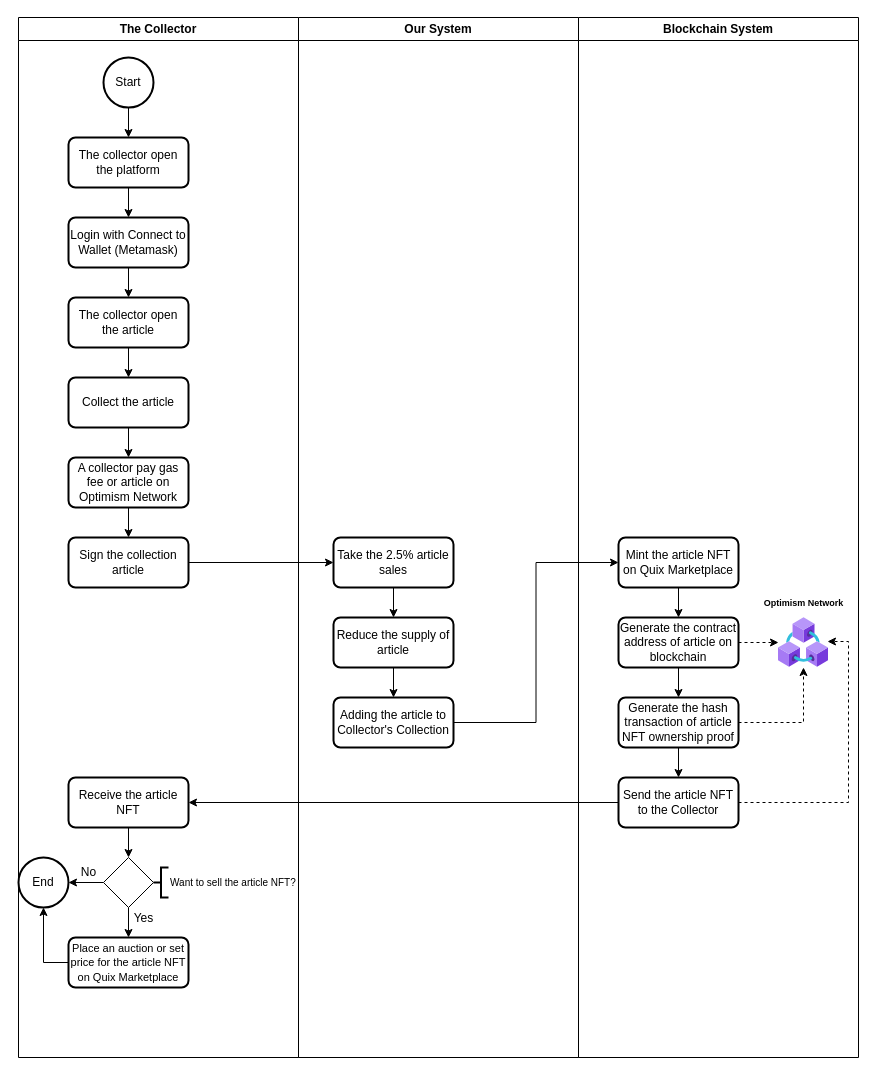
Before: Our Platform Collector Workflow.drawio in hanggaa/Diagram, a draw.io diagram. Source tidied: cells renumbered, new cells numbered last; positions are measured from the earlier drawing's top-left corner, leaving out a move shared by most shapes. Both pictures are drawn from the tidied source at 100%, with x=0, y=0 at pixel (18, 17).
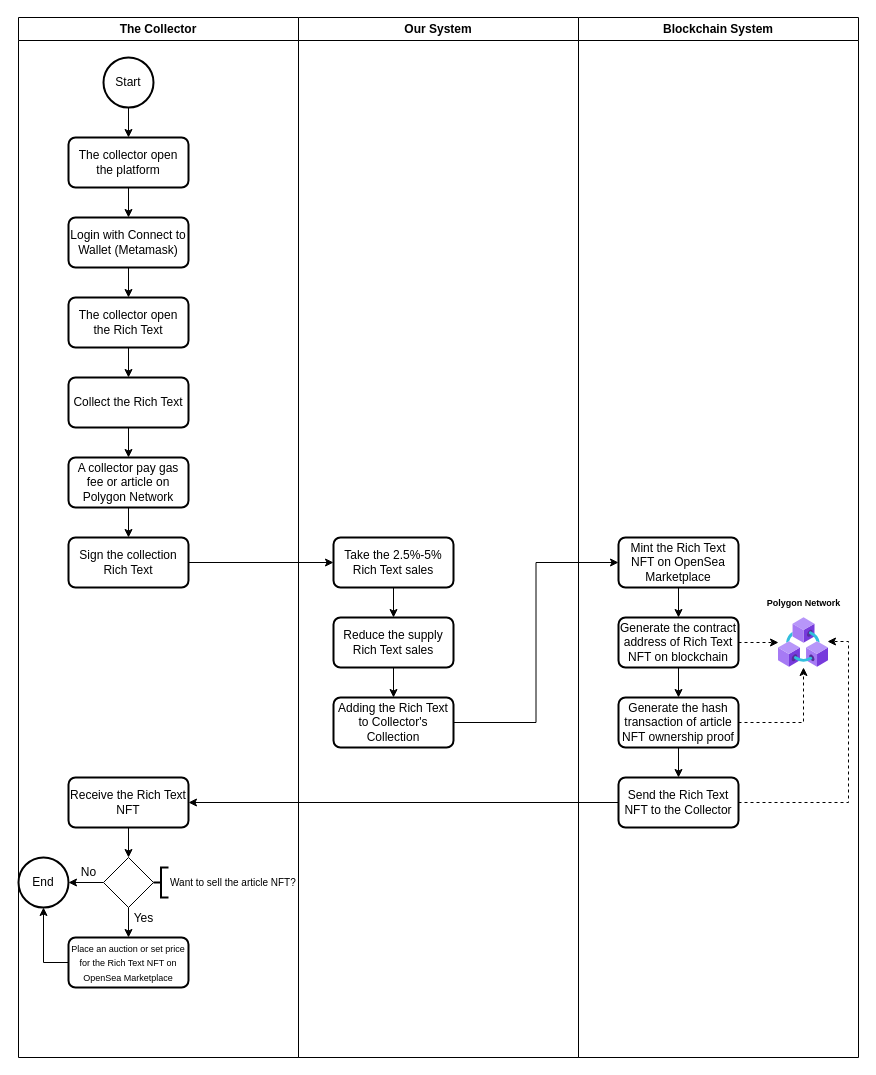
After the change.

The change refers to these unchanged cells:
```xml
<mxCell id="2" value="The Collector" style="swimlane;whiteSpace=wrap;html=1;" parent="1" vertex="1">
  <mxGeometry width="280" height="1040" as="geometry" />
</mxCell>
<mxCell id="27" value="Our System" style="swimlane;whiteSpace=wrap;html=1;" parent="1" vertex="1">
  <mxGeometry x="280" width="280" height="1040" as="geometry" />
</mxCell>
<mxCell id="33" value="Blockchain System" style="swimlane;whiteSpace=wrap;html=1;" parent="1" vertex="1">
  <mxGeometry x="560" width="280" height="1040" as="geometry" />
</mxCell>
```

What changed in the source:
```diff
@@
-    <mxCell id="10" value="The collector open the article" style="rounded=1;whiteSpace=wrap;html=1;absoluteArcSize=1;arcSize=14;strokeWidth=2;" parent="2" vertex="1">
+    <mxCell id="10" value="The collector open the Rich Text" style="rounded=1;whiteSpace=wrap;html=1;absoluteArcSize=1;arcSize=14;strokeWidth=2;" parent="2" vertex="1">
       <mxGeometry x="50" y="280" width="120" height="50" as="geometry" />
     </mxCell>
@@
-    <mxCell id="12" value="Collect the article" style="rounded=1;whiteSpace=wrap;html=1;absoluteArcSize=1;arcSize=14;strokeWidth=2;" parent="2" vertex="1">
+    <mxCell id="12" value="Collect the Rich Text" style="rounded=1;whiteSpace=wrap;html=1;absoluteArcSize=1;arcSize=14;strokeWidth=2;" parent="2" vertex="1">
       <mxGeometry x="50" y="360" width="120" height="50" as="geometry" />
     </mxCell>
@@
-    <mxCell id="14" value="A collector pay gas fee or article on Optimism Network" style="rounded=1;whiteSpace=wrap;html=1;absoluteArcSize=1;arcSize=14;strokeWidth=2;" parent="2" vertex="1">
+    <mxCell id="14" value="A collector pay gas fee or article on Polygon Network" style="rounded=1;whiteSpace=wrap;html=1;absoluteArcSize=1;arcSize=14;strokeWidth=2;" parent="2" vertex="1">
       <mxGeometry x="50" y="440" width="120" height="50" as="geometry" />
     </mxCell>
-    <mxCell id="15" value="Sign the collection article" style="rounded=1;whiteSpace=wrap;html=1;absoluteArcSize=1;arcSize=14;strokeWidth=2;" parent="2" vertex="1">
+    <mxCell id="15" value="Sign the collection Rich Text" style="rounded=1;whiteSpace=wrap;html=1;absoluteArcSize=1;arcSize=14;strokeWidth=2;" parent="2" vertex="1">
       <mxGeometry x="50" y="520" width="120" height="50" as="geometry" />
     </mxCell>
@@
-    <mxCell id="17" value="Receive the article NFT" style="rounded=1;whiteSpace=wrap;html=1;absoluteArcSize=1;arcSize=14;strokeWidth=2;" parent="2" vertex="1">
+    <mxCell id="17" value="Receive the Rich Text NFT" style="rounded=1;whiteSpace=wrap;html=1;absoluteArcSize=1;arcSize=14;strokeWidth=2;" parent="2" vertex="1">
       <mxGeometry x="50" y="760" width="120" height="50" as="geometry" />
     </mxCell>
@@
-    <mxCell id="25" value="&lt;font style=&quot;font-size: 11px;&quot;&gt;Place an auction or set price for the article NFT on Quix Marketplace&lt;/font&gt;" style="rounded=1;whiteSpace=wrap;html=1;absoluteArcSize=1;arcSize=14;strokeWidth=2;" parent="2" vertex="1">
+    <mxCell id="25" value="&lt;font style=&quot;font-size: 9px;&quot;&gt;Place an auction or set price for the Rich Text NFT on OpenSea Marketplace&lt;/font&gt;" style="rounded=1;whiteSpace=wrap;html=1;absoluteArcSize=1;arcSize=14;strokeWidth=2;" parent="2" vertex="1">
       <mxGeometry x="50" y="920" width="120" height="50" as="geometry" />
     </mxCell>
@@
-    <mxCell id="29" value="Take the 2.5% article sales" style="rounded=1;whiteSpace=wrap;html=1;absoluteArcSize=1;arcSize=14;strokeWidth=2;" parent="27" vertex="1">
+    <mxCell id="29" value="Take the 2.5%-5% Rich Text sales" style="rounded=1;whiteSpace=wrap;html=1;absoluteArcSize=1;arcSize=14;strokeWidth=2;" parent="27" vertex="1">
       <mxGeometry x="35" y="520" width="120" height="50" as="geometry" />
     </mxCell>
@@
-    <mxCell id="31" value="Reduce the supply of article" style="rounded=1;whiteSpace=wrap;html=1;absoluteArcSize=1;arcSize=14;strokeWidth=2;" parent="27" vertex="1">
+    <mxCell id="31" value="Reduce the supply Rich Text sales" style="rounded=1;whiteSpace=wrap;html=1;absoluteArcSize=1;arcSize=14;strokeWidth=2;" parent="27" vertex="1">
       <mxGeometry x="35" y="600" width="120" height="50" as="geometry" />
     </mxCell>
-    <mxCell id="32" value="Adding the article to Collector's Collection" style="rounded=1;whiteSpace=wrap;html=1;absoluteArcSize=1;arcSize=14;strokeWidth=2;" parent="27" vertex="1">
+    <mxCell id="32" value="Adding the Rich Text to Collector's Collection" style="rounded=1;whiteSpace=wrap;html=1;absoluteArcSize=1;arcSize=14;strokeWidth=2;" parent="27" vertex="1">
       <mxGeometry x="35" y="680" width="120" height="50" as="geometry" />
     </mxCell>
@@
-    <mxCell id="36" value="Generate the contract address of article on blockchain" style="rounded=1;whiteSpace=wrap;html=1;absoluteArcSize=1;arcSize=14;strokeWidth=2;" parent="33" vertex="1">
+    <mxCell id="36" value="Generate the contract address of Rich Text NFT on blockchain" style="rounded=1;whiteSpace=wrap;html=1;absoluteArcSize=1;arcSize=14;strokeWidth=2;" parent="33" vertex="1">
       <mxGeometry x="40" y="600" width="120" height="50" as="geometry" />
     </mxCell>
@@
-    <mxCell id="41" value="Mint the article NFT on Quix Marketplace" style="rounded=1;whiteSpace=wrap;html=1;absoluteArcSize=1;arcSize=14;strokeWidth=2;" parent="33" vertex="1">
+    <mxCell id="41" value="Mint the Rich Text NFT on OpenSea Marketplace" style="rounded=1;whiteSpace=wrap;html=1;absoluteArcSize=1;arcSize=14;strokeWidth=2;" parent="33" vertex="1">
       <mxGeometry x="40" y="520" width="120" height="50" as="geometry" />
     </mxCell>
@@
-    <mxCell id="43" value="&lt;font style=&quot;font-size: 9px;&quot;&gt;&lt;b&gt;Optimism Network&lt;/b&gt;&lt;/font&gt;" style="text;html=1;align=center;verticalAlign=middle;strokeColor=none;fillColor=none;" parent="33" vertex="1">
+    <mxCell id="43" value="&lt;font style=&quot;font-size: 9px;&quot;&gt;&lt;b&gt;Polygon Network&lt;/b&gt;&lt;/font&gt;" style="text;html=1;align=center;verticalAlign=middle;strokeColor=none;fillColor=none;" parent="33" vertex="1">
       <mxGeometry x="175" y="570" width="100" height="30" as="geometry" />
     </mxCell>
@@
-    <mxCell id="45" value="Send the article NFT to the Collector" style="rounded=1;whiteSpace=wrap;html=1;absoluteArcSize=1;arcSize=14;strokeWidth=2;" parent="33" vertex="1">
+    <mxCell id="45" value="Send the Rich Text NFT to the Collector" style="rounded=1;whiteSpace=wrap;html=1;absoluteArcSize=1;arcSize=14;strokeWidth=2;" parent="33" vertex="1">
       <mxGeometry x="40" y="760" width="120" height="50" as="geometry" />
     </mxCell>
```
